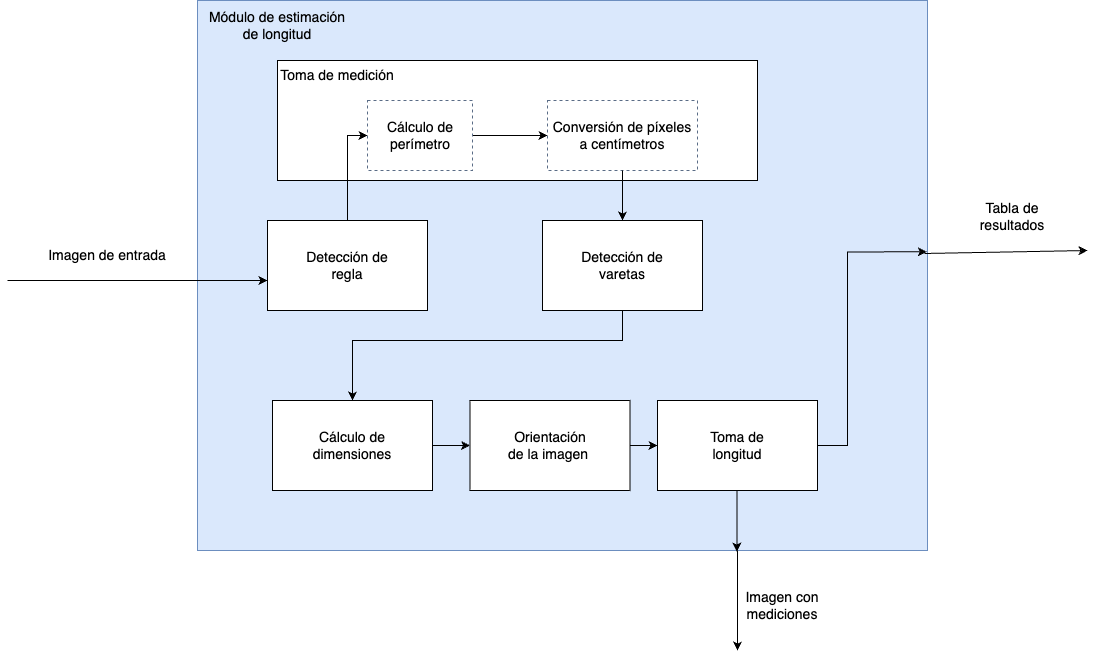
The draw.io diagram Figures/medicionVareta.drawio.png in Hector242/Plantilla-memoria, before a commit. Source tidied: cells renumbered, new cells last; positions are measured from the earlier drawing's top-left corner, leaving out a move shared by most shapes.
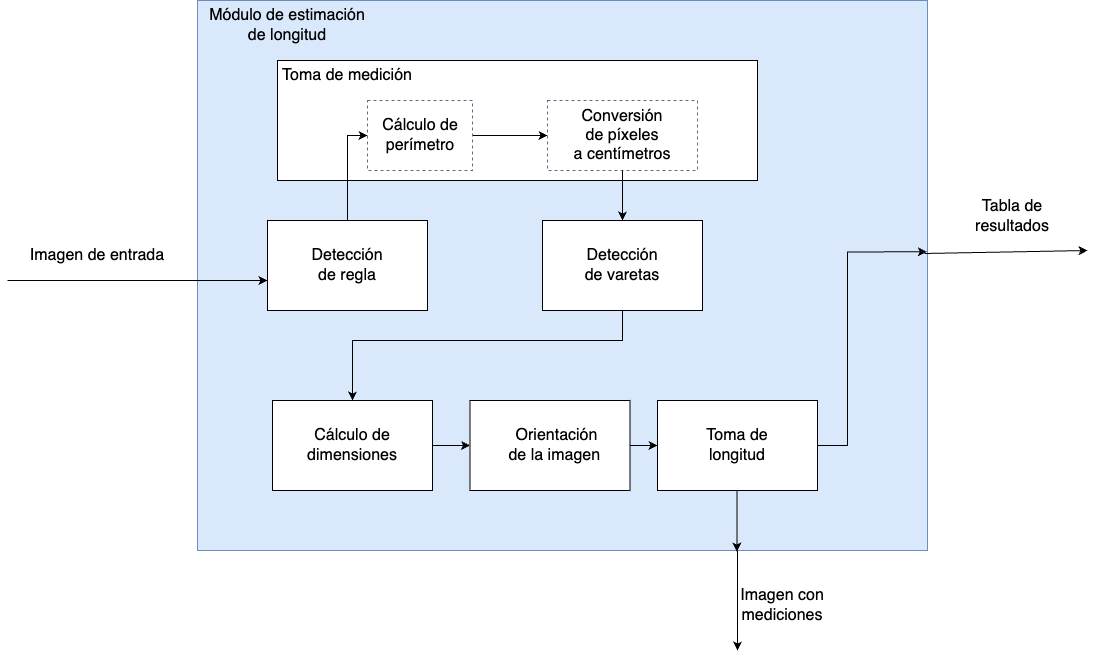
After the commit.

The edit, as a diff of the source:
```diff
@@ -17,11 +17,11 @@
     <mxCell id="6" style="fillColor=none;strokeColor=#5A6C86;dashed=1;verticalAlign=top;fontStyle=0;fontColor=#5A6C86;whiteSpace=wrap;html=1;" parent="1" vertex="1">
       <mxGeometry x="360" y="100" width="105" height="70" as="geometry" />
     </mxCell>
-    <mxCell id="7" value="&lt;span style=&quot;font-size: 14px;&quot;&gt;Imagen de entrada&lt;/span&gt;" style="text;html=1;align=center;verticalAlign=middle;whiteSpace=wrap;rounded=0;" parent="1" vertex="1">
-      <mxGeometry x="40" y="240" width="120" height="30" as="geometry" />
+    <mxCell id="7" value="&lt;font style=&quot;font-size: 16px;&quot;&gt;Imagen de entrada&lt;/font&gt;" style="text;html=1;align=center;verticalAlign=middle;whiteSpace=wrap;rounded=0;" parent="1" vertex="1">
+      <mxGeometry x="20" y="240" width="140" height="30" as="geometry" />
     </mxCell>
-    <mxCell id="8" value="&lt;font style=&quot;font-size: 14px;&quot;&gt;Módulo de estimación de longitud&lt;/font&gt;" style="text;html=1;align=center;verticalAlign=middle;whiteSpace=wrap;rounded=0;" parent="1" vertex="1">
-      <mxGeometry x="200" y="10" width="140" height="30" as="geometry" />
+    <mxCell id="8" value="&lt;font style=&quot;font-size: 16px;&quot;&gt;Módulo de estimación de longitud&lt;/font&gt;" style="text;html=1;align=center;verticalAlign=middle;whiteSpace=wrap;rounded=0;" parent="1" vertex="1">
+      <mxGeometry x="200" y="10" width="160" height="30" as="geometry" />
     </mxCell>
     <mxCell id="9" style="edgeStyle=orthogonalEdgeStyle;rounded=0;jettySize=auto;html=1;entryX=0;entryY=0.5;entryDx=0;entryDy=0;" parent="1" edge="1" source="10" target="6">
       <mxGeometry relative="1" as="geometry" />
@@ -29,14 +29,14 @@
     <mxCell id="10" style="rounded=0;whiteSpace=wrap;html=1;" parent="1" vertex="1">
       <mxGeometry x="260" y="220" width="160" height="90" as="geometry" />
     </mxCell>
-    <mxCell id="11" value="&lt;font style=&quot;font-size: 14px;&quot;&gt;Detección de regla&lt;/font&gt;" style="text;html=1;align=center;verticalAlign=middle;whiteSpace=wrap;rounded=0;" parent="1" vertex="1">
+    <mxCell id="11" value="&lt;font style=&quot;font-size: 16px;&quot;&gt;Detección de regla&lt;/font&gt;" style="text;html=1;align=center;verticalAlign=middle;whiteSpace=wrap;rounded=0;" parent="1" vertex="1">
       <mxGeometry x="295" y="250" width="90" height="30" as="geometry" />
     </mxCell>
-    <mxCell id="12" value="&lt;span style=&quot;font-size: 14px;&quot;&gt;Cálculo de perímetro&lt;/span&gt;" style="text;html=1;align=center;verticalAlign=middle;whiteSpace=wrap;rounded=0;" parent="1" vertex="1">
+    <mxCell id="12" value="&lt;font style=&quot;font-size: 16px;&quot;&gt;Cálculo de perímetro&lt;/font&gt;" style="text;html=1;align=center;verticalAlign=middle;whiteSpace=wrap;rounded=0;" parent="1" vertex="1">
       <mxGeometry x="362.5" y="120" width="100" height="30" as="geometry" />
     </mxCell>
-    <mxCell id="13" value="&lt;span style=&quot;font-size: 14px;&quot;&gt;Toma de medición&lt;/span&gt;" style="text;html=1;align=center;verticalAlign=middle;whiteSpace=wrap;rounded=0;" parent="1" vertex="1">
-      <mxGeometry x="270" y="60" width="120" height="30" as="geometry" />
+    <mxCell id="13" value="&lt;font style=&quot;font-size: 16px;&quot;&gt;Toma de medición&lt;/font&gt;" style="text;html=1;align=center;verticalAlign=middle;whiteSpace=wrap;rounded=0;" parent="1" vertex="1">
+      <mxGeometry x="270" y="60" width="140" height="30" as="geometry" />
     </mxCell>
     <mxCell id="14" style="edgeStyle=orthogonalEdgeStyle;rounded=0;jettySize=auto;html=1;exitX=0.5;exitY=1;exitDx=0;exitDy=0;" parent="1" edge="1" source="4" target="16">
       <mxGeometry relative="1" as="geometry" />
@@ -52,10 +52,10 @@
     <mxCell id="16" style="rounded=0;whiteSpace=wrap;html=1;" parent="1" vertex="1">
       <mxGeometry x="535" y="220" width="160" height="90" as="geometry" />
     </mxCell>
-    <mxCell id="17" value="&lt;font style=&quot;font-size: 14px;&quot;&gt;Detección de varetas&lt;/font&gt;" style="text;html=1;align=center;verticalAlign=middle;whiteSpace=wrap;rounded=0;" parent="1" vertex="1">
+    <mxCell id="17" value="&lt;font style=&quot;font-size: 16px;&quot;&gt;Detección de varetas&lt;/font&gt;" style="text;html=1;align=center;verticalAlign=middle;whiteSpace=wrap;rounded=0;" parent="1" vertex="1">
       <mxGeometry x="570" y="250" width="90" height="30" as="geometry" />
     </mxCell>
-    <mxCell id="18" value="&lt;span style=&quot;font-size: 14px;&quot;&gt;Conversión de&amp;nbsp;&lt;/span&gt;&lt;span style=&quot;font-size: 14px;&quot;&gt;píxeles a&amp;nbsp;&lt;/span&gt;&lt;span style=&quot;font-size: 14px;&quot;&gt;centímetros&lt;/span&gt;" style="text;html=1;align=center;verticalAlign=middle;whiteSpace=wrap;rounded=0;" parent="1" vertex="1">
+    <mxCell id="18" value="&lt;font style=&quot;font-size: 16px;&quot;&gt;Conversión de&amp;nbsp;píxeles a&amp;nbsp;centímetros&lt;/font&gt;" style="text;html=1;align=center;verticalAlign=middle;whiteSpace=wrap;rounded=0;" parent="1" vertex="1">
       <mxGeometry x="540" y="120" width="150" height="30" as="geometry" />
     </mxCell>
     <mxCell id="19" style="edgeStyle=orthogonalEdgeStyle;rounded=0;jettySize=auto;html=1;entryX=0;entryY=0.5;entryDx=0;entryDy=0;" parent="1" edge="1" source="20" target="23">
@@ -64,7 +64,7 @@
     <mxCell id="20" style="rounded=0;whiteSpace=wrap;html=1;" parent="1" vertex="1">
       <mxGeometry x="265" y="400" width="160" height="90" as="geometry" />
     </mxCell>
-    <mxCell id="21" value="&lt;span style=&quot;font-size: 14px;&quot;&gt;Cálculo de dimensiones&lt;/span&gt;" style="text;html=1;align=center;verticalAlign=middle;whiteSpace=wrap;rounded=0;" parent="1" vertex="1">
+    <mxCell id="21" value="&lt;font style=&quot;font-size: 16px;&quot;&gt;Cálculo de dimensiones&lt;/font&gt;" style="text;html=1;align=center;verticalAlign=middle;whiteSpace=wrap;rounded=0;" parent="1" vertex="1">
       <mxGeometry x="300" y="430" width="90" height="30" as="geometry" />
     </mxCell>
     <mxCell id="22" style="edgeStyle=orthogonalEdgeStyle;rounded=0;jettySize=auto;html=1;entryX=0;entryY=0.5;entryDx=0;entryDy=0;" parent="1" edge="1" source="23" target="25">
@@ -73,13 +73,13 @@
     <mxCell id="23" style="rounded=0;whiteSpace=wrap;html=1;" parent="1" vertex="1">
       <mxGeometry x="462.5" y="400" width="160" height="90" as="geometry" />
     </mxCell>
-    <mxCell id="24" value="&lt;span style=&quot;font-size: 14px;&quot;&gt;Orientación de la imagen&amp;nbsp;&lt;/span&gt;" style="text;html=1;align=center;verticalAlign=middle;whiteSpace=wrap;rounded=0;" parent="1" vertex="1">
-      <mxGeometry x="497.5" y="430" width="90" height="30" as="geometry" />
+    <mxCell id="24" value="&lt;font style=&quot;font-size: 16px;&quot;&gt;Orientación de la imagen&amp;nbsp;&lt;/font&gt;" style="text;html=1;align=center;verticalAlign=middle;whiteSpace=wrap;rounded=0;" parent="1" vertex="1">
+      <mxGeometry x="497.5" y="430" width="102.5" height="30" as="geometry" />
     </mxCell>
     <mxCell id="25" style="rounded=0;whiteSpace=wrap;html=1;" parent="1" vertex="1">
       <mxGeometry x="650" y="400" width="160" height="90" as="geometry" />
     </mxCell>
-    <mxCell id="26" value="&lt;span style=&quot;font-size: 14px;&quot;&gt;Toma de longitud&lt;/span&gt;" style="text;html=1;align=center;verticalAlign=middle;whiteSpace=wrap;rounded=0;" parent="1" vertex="1">
+    <mxCell id="26" value="&lt;font style=&quot;font-size: 16px;&quot;&gt;Toma de longitud&lt;/font&gt;" style="text;html=1;align=center;verticalAlign=middle;whiteSpace=wrap;rounded=0;" parent="1" vertex="1">
       <mxGeometry x="685" y="430" width="90" height="30" as="geometry" />
     </mxCell>
     <mxCell id="27" style="edgeStyle=orthogonalEdgeStyle;rounded=0;jettySize=auto;html=1;entryX=0.999;entryY=0.457;entryDx=0;entryDy=0;entryPerimeter=0;" parent="1" edge="1" source="25" target="2">
@@ -100,7 +100,7 @@
         <mxPoint x="1080" y="250" as="targetPoint" />
       </mxGeometry>
     </mxCell>
-    <mxCell id="30" value="&lt;span style=&quot;font-size: 14px;&quot;&gt;Tabla de resultados&lt;/span&gt;" style="text;html=1;align=center;verticalAlign=middle;whiteSpace=wrap;rounded=0;" parent="1" vertex="1">
+    <mxCell id="30" value="&lt;font style=&quot;font-size: 16px;&quot;&gt;Tabla de resultados&lt;/font&gt;" style="text;html=1;align=center;verticalAlign=middle;whiteSpace=wrap;rounded=0;" parent="1" vertex="1">
       <mxGeometry x="960" y="201" width="90" height="30" as="geometry" />
     </mxCell>
     <mxCell id="31" style="edgeStyle=orthogonalEdgeStyle;rounded=0;jettySize=auto;html=1;entryX=0.739;entryY=1.002;entryDx=0;entryDy=0;entryPerimeter=0;" parent="1" edge="1" source="25" target="2">
@@ -117,7 +117,7 @@
         <mxPoint x="730" y="650" as="targetPoint" />
       </mxGeometry>
     </mxCell>
-    <mxCell id="33" value="&lt;span style=&quot;font-size: 14px;&quot;&gt;Imagen con mediciones&lt;/span&gt;" style="text;html=1;align=center;verticalAlign=middle;whiteSpace=wrap;rounded=0;" parent="1" vertex="1">
+    <mxCell id="33" value="&lt;font style=&quot;font-size: 16px;&quot;&gt;Imagen con mediciones&lt;/font&gt;" style="text;html=1;align=center;verticalAlign=middle;whiteSpace=wrap;rounded=0;" parent="1" vertex="1">
       <mxGeometry x="730" y="590" width="90" height="30" as="geometry" />
     </mxCell>
   </root>
```
